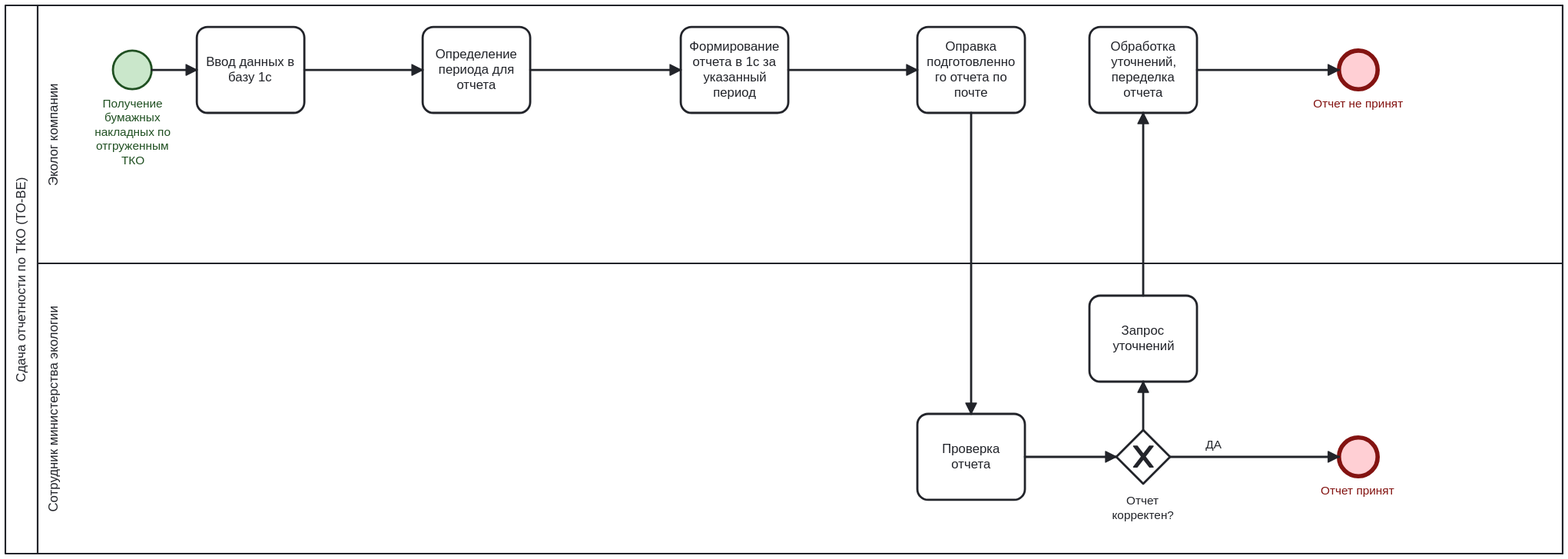
Earlier version of the BPMN export doc/Схема процесса TO-BE.svg (Vil1983/vanessa-TKO). Its source is kept beside it as doc/Схема процесса TO-BE.bpmn. Ids are renumbered. Its diagram source:
```xml
<definitions xmlns="http://www.omg.org/spec/BPMN/20100524/MODEL" xmlns:bpmndi="http://www.omg.org/spec/BPMN/20100524/DI" xmlns:omgdi="http://www.omg.org/spec/DD/20100524/DI" xmlns:omgdc="http://www.omg.org/spec/DD/20100524/DC" xmlns:xsi="http://www.w3.org/2001/XMLSchema-instance" xmlns:bioc="http://bpmn.io/schema/bpmn/biocolor/1.0" xmlns:color="http://www.omg.org/spec/BPMN/non-normative/color/1.0" id="sid-38422fae-e03e-43a3-bef4-bd33b32041b2" targetNamespace="http://bpmn.io/bpmn" exporter="bpmn-js (https://demo.bpmn.io)" exporterVersion="18.6.1">
  <collaboration id="Collaboration_n1">
    <participant id="Participant_n2" name="Сдача отчетности по ТКО (TO-BE)" processRef="Process_1" />
  </collaboration>
  <process id="Process_1" isExecutable="false">
    <laneSet id="LaneSet_n3">
      <lane id="Lane_n4" name="Эколог компании">
        <flowNodeRef>StartEvent_n5</flowNodeRef>
        <flowNodeRef>Task_n6</flowNodeRef>
        <flowNodeRef>Activity_n7</flowNodeRef>
        <flowNodeRef>Activity_n8</flowNodeRef>
        <flowNodeRef>Event_n9</flowNodeRef>
        <flowNodeRef>Activity_n10</flowNodeRef>
        <flowNodeRef>Activity_n11</flowNodeRef>
      </lane>
      <lane id="Lane_n12" name="Сотрудник министерства экологии">
        <flowNodeRef>Activity_n13</flowNodeRef>
        <flowNodeRef>Activity_n14</flowNodeRef>
        <flowNodeRef>Gateway_n15</flowNodeRef>
        <flowNodeRef>Event_n16</flowNodeRef>
      </lane>
    </laneSet>
    <startEvent id="StartEvent_n5" name="Получение бумажных накладных по отгруженным ТКО">
      <outgoing>SequenceFlow_n17</outgoing>
    </startEvent>
    <task id="Task_n6" name="Ввод данных в базу 1c">
      <incoming>SequenceFlow_n17</incoming>
      <outgoing>SequenceFlow_n18</outgoing>
    </task>
    <sequenceFlow id="SequenceFlow_n17" sourceRef="StartEvent_n5" targetRef="Task_n6" />
    <sequenceFlow id="SequenceFlow_n18" sourceRef="Task_n6" targetRef="Activity_n11" />
    <sequenceFlow id="Flow_n19" sourceRef="Activity_n10" targetRef="Activity_n7" />
    <sequenceFlow id="Flow_n20" name="ДА" sourceRef="Gateway_n15" targetRef="Event_n16" />
    <sequenceFlow id="Flow_n21" sourceRef="Activity_n7" targetRef="Activity_n14" />
    <sequenceFlow id="Flow_n22" sourceRef="Activity_n14" targetRef="Gateway_n15" />
    <sequenceFlow id="Flow_n23" sourceRef="Gateway_n15" targetRef="Activity_n13" />
    <sequenceFlow id="Flow_n24" sourceRef="Activity_n13" targetRef="Activity_n8" />
    <sequenceFlow id="Flow_n25" sourceRef="Activity_n8" targetRef="Event_n9" />
    <sequenceFlow id="Flow_n26" sourceRef="Activity_n11" targetRef="Activity_n10" />
    <task id="Activity_n7" name="Оправка подготовленного отчета по почте">
      <incoming>Flow_n19</incoming>
      <outgoing>Flow_n21</outgoing>
    </task>
    <task id="Activity_n8" name="Обработка уточнений, переделка отчета">
      <incoming>Flow_n24</incoming>
      <outgoing>Flow_n25</outgoing>
    </task>
    <endEvent id="Event_n9" name="Отчет не принят">
      <incoming>Flow_n25</incoming>
    </endEvent>
    <task id="Activity_n13" name="Запрос уточнений">
      <incoming>Flow_n23</incoming>
      <outgoing>Flow_n24</outgoing>
    </task>
    <task id="Activity_n14" name="Проверка отчета">
      <incoming>Flow_n21</incoming>
      <outgoing>Flow_n22</outgoing>
    </task>
    <exclusiveGateway id="Gateway_n15" name="Отчет корректен?">
      <incoming>Flow_n22</incoming>
      <outgoing>Flow_n20</outgoing>
      <outgoing>Flow_n23</outgoing>
    </exclusiveGateway>
    <endEvent id="Event_n16" name="Отчет принят">
      <incoming>Flow_n20</incoming>
    </endEvent>
    <task id="Activity_n10" name="Формирование отчета в 1с за указанный период">
      <incoming>Flow_n26</incoming>
      <outgoing>Flow_n19</outgoing>
    </task>
    <task id="Activity_n11" name="Определение периода для отчета">
      <incoming>SequenceFlow_n18</incoming>
      <outgoing>Flow_n26</outgoing>
    </task>
  </process>
  <bpmndi:BPMNDiagram id="BpmnDiagram_1">
    <bpmndi:BPMNPlane id="BpmnPlane_1" bpmnElement="Collaboration_n1">
      <bpmndi:BPMNShape id="Participant_n2_di" bpmnElement="Participant_n2" isHorizontal="true">
        <omgdc:Bounds x="152" y="60" width="1448" height="510" />
        <bpmndi:BPMNLabel />
      </bpmndi:BPMNShape>
      <bpmndi:BPMNShape id="Lane_n12_di" bpmnElement="Lane_n12" isHorizontal="true">
        <omgdc:Bounds x="182" y="300" width="1418" height="270" />
        <bpmndi:BPMNLabel />
      </bpmndi:BPMNShape>
      <bpmndi:BPMNShape id="Lane_n4_di" bpmnElement="Lane_n4" isHorizontal="true">
        <omgdc:Bounds x="182" y="60" width="1418" height="240" />
        <bpmndi:BPMNLabel />
      </bpmndi:BPMNShape>
      <bpmndi:BPMNShape id="StartEvent_n5_di" bpmnElement="StartEvent_n5" bioc:stroke="#205022" bioc:fill="#c8e6c9" color:background-color="#c8e6c9" color:border-color="#205022">
        <omgdc:Bounds x="252" y="102" width="36" height="36" />
        <bpmndi:BPMNLabel>
          <omgdc:Bounds x="235" y="145" width="71" height="66" />
        </bpmndi:BPMNLabel>
      </bpmndi:BPMNShape>
      <bpmndi:BPMNShape id="Task_n6_di" bpmnElement="Task_n6">
        <omgdc:Bounds x="330" y="80" width="100" height="80" />
        <bpmndi:BPMNLabel />
      </bpmndi:BPMNShape>
      <bpmndi:BPMNShape id="Activity_n7_di" bpmnElement="Activity_n7">
        <omgdc:Bounds x="1000" y="80" width="100" height="80" />
        <bpmndi:BPMNLabel />
      </bpmndi:BPMNShape>
      <bpmndi:BPMNShape id="Activity_n8_di" bpmnElement="Activity_n8">
        <omgdc:Bounds x="1160" y="80" width="100" height="80" />
        <bpmndi:BPMNLabel />
      </bpmndi:BPMNShape>
      <bpmndi:BPMNShape id="Event_n9_di" bpmnElement="Event_n9" bioc:stroke="#831311" bioc:fill="#ffcdd2" color:background-color="#ffcdd2" color:border-color="#831311">
        <omgdc:Bounds x="1392" y="102" width="36" height="36" />
        <bpmndi:BPMNLabel>
          <omgdc:Bounds x="1368" y="145" width="85" height="14" />
        </bpmndi:BPMNLabel>
      </bpmndi:BPMNShape>
      <bpmndi:BPMNShape id="Activity_n13_di" bpmnElement="Activity_n13">
        <omgdc:Bounds x="1160" y="330" width="100" height="80" />
        <bpmndi:BPMNLabel />
      </bpmndi:BPMNShape>
      <bpmndi:BPMNShape id="Activity_n14_di" bpmnElement="Activity_n14">
        <omgdc:Bounds x="1000" y="440" width="100" height="80" />
        <bpmndi:BPMNLabel />
      </bpmndi:BPMNShape>
      <bpmndi:BPMNShape id="Gateway_n15_di" bpmnElement="Gateway_n15" isMarkerVisible="true">
        <omgdc:Bounds x="1185" y="455" width="50" height="50" />
        <bpmndi:BPMNLabel>
          <omgdc:Bounds x="1181" y="514.5" width="58" height="27" />
        </bpmndi:BPMNLabel>
      </bpmndi:BPMNShape>
      <bpmndi:BPMNShape id="Event_n16_di" bpmnElement="Event_n16" bioc:stroke="#831311" bioc:fill="#ffcdd2" color:background-color="#ffcdd2" color:border-color="#831311">
        <omgdc:Bounds x="1392" y="462" width="36" height="36" />
        <bpmndi:BPMNLabel>
          <omgdc:Bounds x="1375" y="505" width="70" height="14" />
        </bpmndi:BPMNLabel>
      </bpmndi:BPMNShape>
      <bpmndi:BPMNShape id="Activity_n10_di" bpmnElement="Activity_n10">
        <omgdc:Bounds x="780" y="80" width="100" height="80" />
        <bpmndi:BPMNLabel />
      </bpmndi:BPMNShape>
      <bpmndi:BPMNShape id="Activity_n11_di" bpmnElement="Activity_n11">
        <omgdc:Bounds x="540" y="80" width="100" height="80" />
        <bpmndi:BPMNLabel />
      </bpmndi:BPMNShape>
      <bpmndi:BPMNEdge id="SequenceFlow_n17_di" bpmnElement="SequenceFlow_n17">
        <omgdi:waypoint x="288" y="120" />
        <omgdi:waypoint x="330" y="120" />
      </bpmndi:BPMNEdge>
      <bpmndi:BPMNEdge id="SequenceFlow_n18_di" bpmnElement="SequenceFlow_n18">
        <omgdi:waypoint x="430" y="120" />
        <omgdi:waypoint x="540" y="120" />
      </bpmndi:BPMNEdge>
      <bpmndi:BPMNEdge id="Flow_n19_di" bpmnElement="Flow_n19">
        <omgdi:waypoint x="880" y="120" />
        <omgdi:waypoint x="1000" y="120" />
      </bpmndi:BPMNEdge>
      <bpmndi:BPMNEdge id="Flow_n20_di" bpmnElement="Flow_n20">
        <omgdi:waypoint x="1235" y="480" />
        <omgdi:waypoint x="1392" y="480" />
        <bpmndi:BPMNLabel>
          <omgdc:Bounds x="1268" y="462" width="15" height="14" />
        </bpmndi:BPMNLabel>
      </bpmndi:BPMNEdge>
      <bpmndi:BPMNEdge id="Flow_n21_di" bpmnElement="Flow_n21">
        <omgdi:waypoint x="1050" y="160" />
        <omgdi:waypoint x="1050" y="440" />
      </bpmndi:BPMNEdge>
      <bpmndi:BPMNEdge id="Flow_n22_di" bpmnElement="Flow_n22">
        <omgdi:waypoint x="1100" y="480" />
        <omgdi:waypoint x="1185" y="480" />
      </bpmndi:BPMNEdge>
      <bpmndi:BPMNEdge id="Flow_n23_di" bpmnElement="Flow_n23">
        <omgdi:waypoint x="1210" y="455" />
        <omgdi:waypoint x="1210" y="410" />
      </bpmndi:BPMNEdge>
      <bpmndi:BPMNEdge id="Flow_n24_di" bpmnElement="Flow_n24">
        <omgdi:waypoint x="1210" y="330" />
        <omgdi:waypoint x="1210" y="160" />
      </bpmndi:BPMNEdge>
      <bpmndi:BPMNEdge id="Flow_n25_di" bpmnElement="Flow_n25">
        <omgdi:waypoint x="1260" y="120" />
        <omgdi:waypoint x="1392" y="120" />
      </bpmndi:BPMNEdge>
      <bpmndi:BPMNEdge id="Flow_n26_di" bpmnElement="Flow_n26">
        <omgdi:waypoint x="640" y="120" />
        <omgdi:waypoint x="780" y="120" />
      </bpmndi:BPMNEdge>
    </bpmndi:BPMNPlane>
  </bpmndi:BPMNDiagram>
</definitions>
```
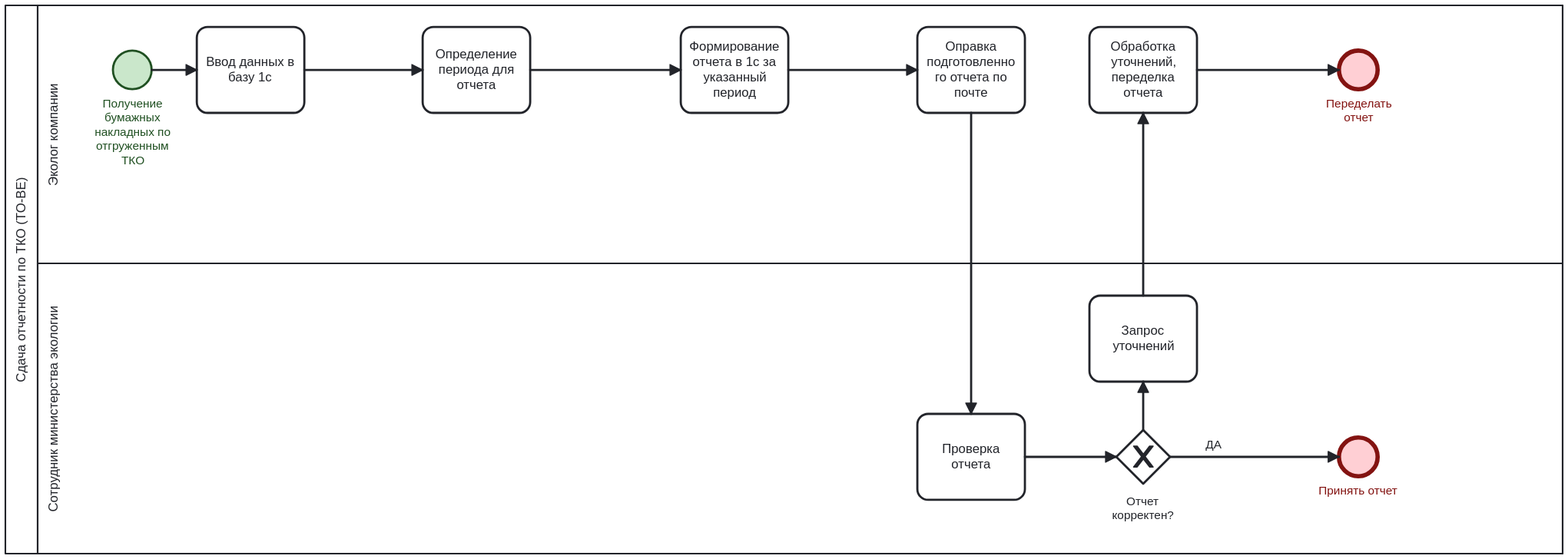
After the commit.

Commit message:
Заменены схемы BPMN

The edit, as a diff of the source:
```diff
@@ -45,7 +45,7 @@
       <incoming>Flow_n24</incoming>
       <outgoing>Flow_n25</outgoing>
     </task>
-    <endEvent id="Event_n9" name="Отчет не принят">
+    <endEvent id="Event_n9" name="Переделать отчет">
       <incoming>Flow_n25</incoming>
     </endEvent>
     <task id="Activity_n13" name="Запрос уточнений">
@@ -61,7 +61,7 @@
       <outgoing>Flow_n20</outgoing>
       <outgoing>Flow_n23</outgoing>
     </exclusiveGateway>
-    <endEvent id="Event_n16" name="Отчет принят">
+    <endEvent id="Event_n16" name="Принять отчет">
       <incoming>Flow_n20</incoming>
     </endEvent>
     <task id="Activity_n10" name="Формирование отчета в 1с за указанный период">
@@ -108,7 +108,7 @@
       <bpmndi:BPMNShape id="Event_n9_di" bpmnElement="Event_n9" bioc:stroke="#831311" bioc:fill="#ffcdd2" color:background-color="#ffcdd2" color:border-color="#831311">
         <omgdc:Bounds x="1392" y="102" width="36" height="36" />
         <bpmndi:BPMNLabel>
-          <omgdc:Bounds x="1368" y="145" width="85" height="14" />
+          <omgdc:Bounds x="1380" y="145" width="62" height="27" />
         </bpmndi:BPMNLabel>
       </bpmndi:BPMNShape>
       <bpmndi:BPMNShape id="Activity_n13_di" bpmnElement="Activity_n13">
@@ -128,7 +128,7 @@
       <bpmndi:BPMNShape id="Event_n16_di" bpmnElement="Event_n16" bioc:stroke="#831311" bioc:fill="#ffcdd2" color:background-color="#ffcdd2" color:border-color="#831311">
         <omgdc:Bounds x="1392" y="462" width="36" height="36" />
         <bpmndi:BPMNLabel>
-          <omgdc:Bounds x="1375" y="505" width="70" height="14" />
+          <omgdc:Bounds x="1373" y="505" width="75" height="14" />
         </bpmndi:BPMNLabel>
       </bpmndi:BPMNShape>
       <bpmndi:BPMNShape id="Activity_n10_di" bpmnElement="Activity_n10">
```
